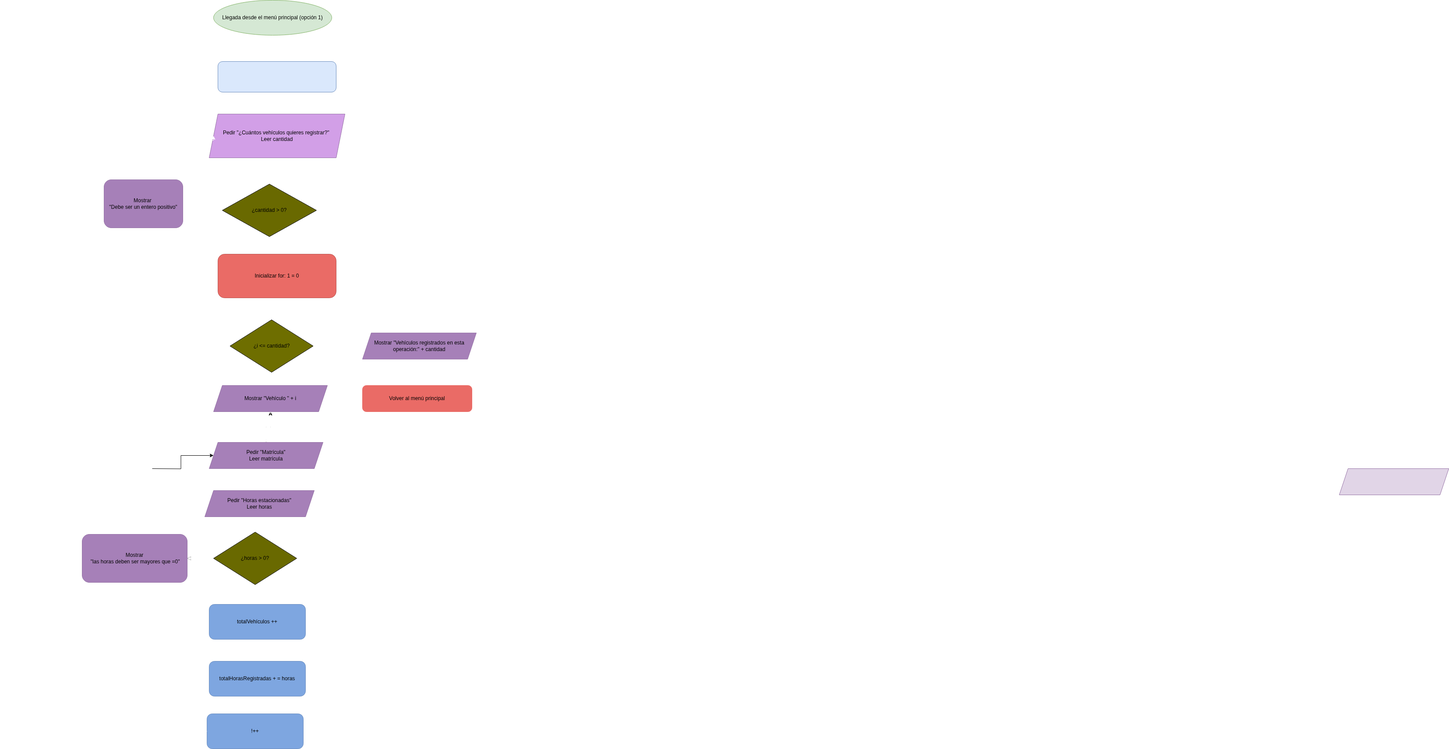
The draw.io diagram .idea/diagramas/diagrama-3.drawio.png in cristiangutierrezpalmes-prog/parking-dam, before a commit. Source tidied: cells renumbered, new cells last; positions are measured from the earlier drawing's top-left corner, leaving out a move shared by most shapes.
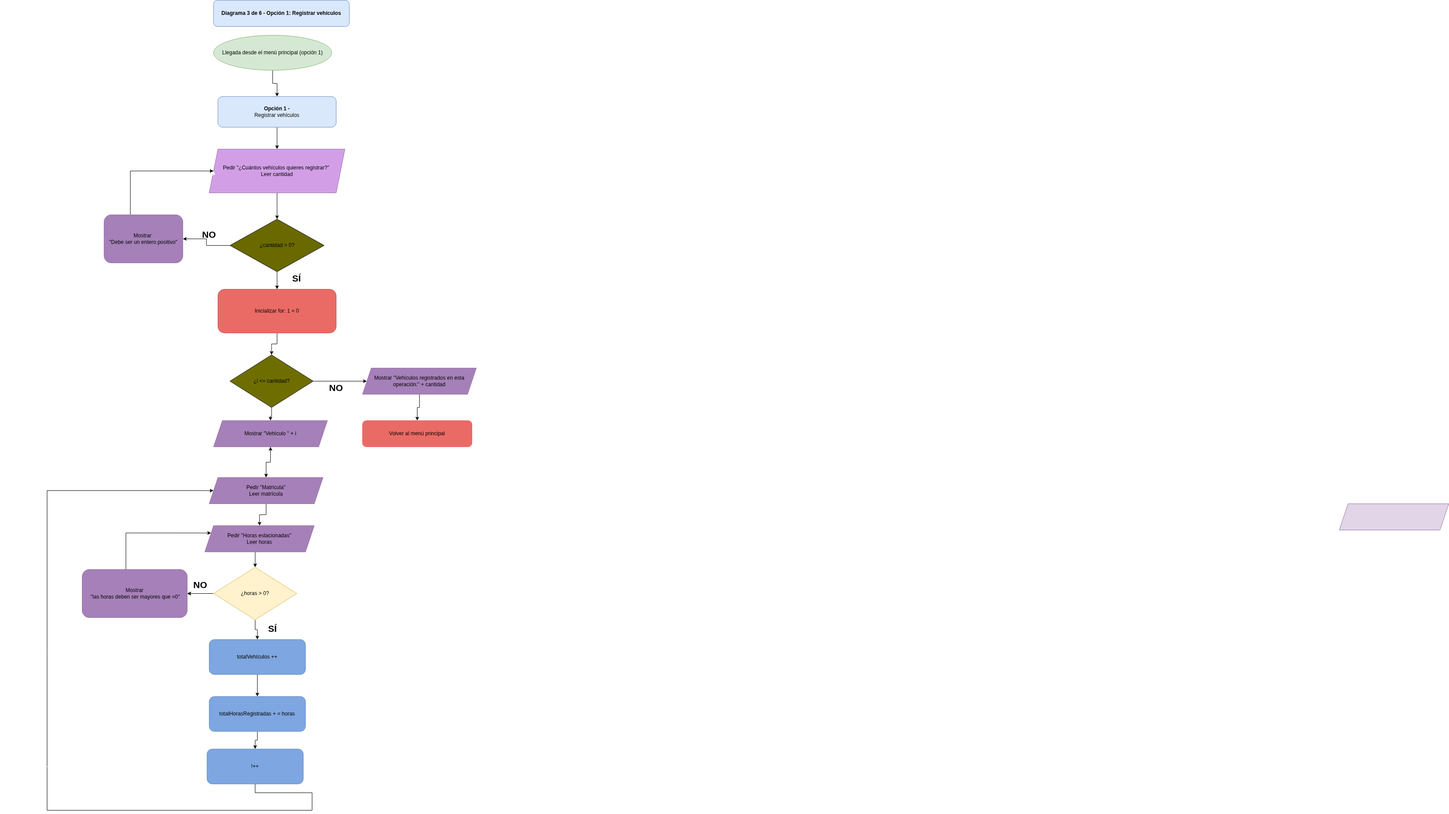
The same diagram one commit later.

Commit message:
He realizado el cuarto diagrama

Change to the diagram source:
```diff
@@ -5,29 +5,41 @@
     <mxCell id="2" style="edgeStyle=orthogonalEdgeStyle;rounded=0;jettySize=auto;html=1;entryX=0.5;entryY=0;entryDx=0;entryDy=0;strokeColor=#FFFFFF;" parent="1" edge="1" source="3" target="5">
       <mxGeometry relative="1" as="geometry" />
     </mxCell>
+    <mxCell id="49" style="edgeStyle=orthogonalEdgeStyle;rounded=0;jettySize=auto;html=1;" parent="1" edge="1" source="3" target="5">
+      <mxGeometry relative="1" as="geometry" />
+    </mxCell>
     <mxCell id="3" value="Llegada desde el menú principal (opción 1)" style="ellipse;whiteSpace=wrap;html=1;fillColor=#d5e8d4;strokeColor=#82b366;" parent="1" vertex="1">
       <mxGeometry x="480" width="270" height="80" as="geometry" />
     </mxCell>
     <mxCell id="4" style="edgeStyle=orthogonalEdgeStyle;rounded=0;jettySize=auto;html=1;exitX=0.5;exitY=1;exitDx=0;exitDy=0;strokeColor=#FFFFFF;" parent="1" edge="1" source="5" target="7">
       <mxGeometry relative="1" as="geometry" />
     </mxCell>
+    <mxCell id="50" style="edgeStyle=orthogonalEdgeStyle;rounded=0;jettySize=auto;html=1;" parent="1" edge="1" source="5" target="7">
+      <mxGeometry relative="1" as="geometry" />
+    </mxCell>
-    <mxCell id="5" style="rounded=1;whiteSpace=wrap;html=1;fillColor=#dae8fc;strokeColor=#6c8ebf;" parent="1" vertex="1">
+    <mxCell id="5" value="&lt;b&gt;Opción 1 -&lt;br&gt;&lt;/b&gt;Registrar vehículos" style="rounded=1;whiteSpace=wrap;html=1;fillColor=#dae8fc;strokeColor=#6c8ebf;" parent="1" vertex="1">
       <mxGeometry x="490" y="140" width="270" height="70" as="geometry" />
     </mxCell>
     <mxCell id="6" style="edgeStyle=orthogonalEdgeStyle;rounded=0;jettySize=auto;html=1;entryX=0.5;entryY=0;entryDx=0;entryDy=0;strokeColor=#FFFFFF;" parent="1" edge="1" source="7" target="10">
       <mxGeometry relative="1" as="geometry" />
     </mxCell>
+    <mxCell id="51" style="edgeStyle=orthogonalEdgeStyle;rounded=0;jettySize=auto;html=1;exitX=0.5;exitY=1;exitDx=0;exitDy=0;entryX=0.5;entryY=0;entryDx=0;entryDy=0;" parent="1" edge="1" source="7" target="10">
+      <mxGeometry relative="1" as="geometry" />
+    </mxCell>
     <mxCell id="7" value="Pedir &quot;¿Cuántos vehículos quieres registrar?&quot;&amp;nbsp;&lt;br&gt;Leer cantidad" style="shape=parallelogram;perimeter=parallelogramPerimeter;whiteSpace=wrap;html=1;fixedSize=1;fillColor=#D29FE7;strokeColor=#9673a6;" parent="1" vertex="1">
       <mxGeometry x="470" y="260" width="310" height="100" as="geometry" />
     </mxCell>
-    <mxCell id="8" style="edgeStyle=orthogonalEdgeStyle;rounded=0;jettySize=auto;html=1;strokeColor=#FFFFFF;" parent="1" edge="1" source="10" target="12">
+    <mxCell id="8" style="edgeStyle=orthogonalEdgeStyle;rounded=0;jettySize=auto;html=1;strokeColor=#000000;" parent="1" edge="1" source="10" target="12">
       <mxGeometry relative="1" as="geometry" />
     </mxCell>
     <mxCell id="9" style="edgeStyle=orthogonalEdgeStyle;rounded=0;jettySize=auto;html=1;exitX=0.5;exitY=1;exitDx=0;exitDy=0;strokeColor=#FFFFFF;" parent="1" edge="1" source="10" target="14">
       <mxGeometry relative="1" as="geometry" />
     </mxCell>
+    <mxCell id="52" style="edgeStyle=orthogonalEdgeStyle;rounded=0;jettySize=auto;html=1;" parent="1" edge="1" source="10" target="14">
+      <mxGeometry relative="1" as="geometry" />
+    </mxCell>
     <mxCell id="10" value="¿cantidad &amp;gt; 0?" style="rhombus;whiteSpace=wrap;html=1;fillColor=#696900;" parent="1" vertex="1">
-      <mxGeometry x="500" y="420" width="215" height="120" as="geometry" />
+      <mxGeometry x="517.5" y="420" width="215" height="120" as="geometry" />
     </mxCell>
     <mxCell id="11" style="edgeStyle=orthogonalEdgeStyle;rounded=0;jettySize=auto;html=1;exitX=0.75;exitY=0;exitDx=0;exitDy=0;entryX=0;entryY=0.5;entryDx=0;entryDy=0;strokeColor=#FFFFFF;" parent="1" edge="1" source="12" target="7">
       <mxGeometry relative="1" as="geometry">
@@ -37,12 +49,22 @@
         </Array>
       </mxGeometry>
     </mxCell>
+    <mxCell id="53" style="edgeStyle=orthogonalEdgeStyle;rounded=0;jettySize=auto;html=1;entryX=0;entryY=0.5;entryDx=0;entryDy=0;" parent="1" edge="1" source="12" target="7">
+      <mxGeometry relative="1" as="geometry">
+        <Array as="points">
+          <mxPoint x="290" y="310" />
+        </Array>
+      </mxGeometry>
+    </mxCell>
     <mxCell id="12" value="Mostrar&amp;nbsp;&lt;br&gt;&quot;Debe ser un entero positivo&quot;" style="rounded=1;whiteSpace=wrap;html=1;fillColor=#A680B8;strokeColor=#9673a6;" parent="1" vertex="1">
       <mxGeometry x="230" y="410" width="180" height="110" as="geometry" />
     </mxCell>
     <mxCell id="13" style="edgeStyle=orthogonalEdgeStyle;rounded=0;jettySize=auto;html=1;strokeColor=#FFFFFF;" parent="1" edge="1" source="14" target="17">
       <mxGeometry relative="1" as="geometry" />
     </mxCell>
+    <mxCell id="54" style="edgeStyle=orthogonalEdgeStyle;rounded=0;jettySize=auto;html=1;exitX=0.5;exitY=1;exitDx=0;exitDy=0;" parent="1" edge="1" source="14" target="17">
+      <mxGeometry relative="1" as="geometry" />
+    </mxCell>
     <mxCell id="14" value="Inicializar for: 1 = 0" style="rounded=1;whiteSpace=wrap;html=1;fillColor=#EA6B66;strokeColor=#b85450;" parent="1" vertex="1">
       <mxGeometry x="490" y="580" width="270" height="100" as="geometry" />
     </mxCell>
@@ -54,6 +76,12 @@
         <mxPoint x="820" y="790" as="targetPoint" />
       </mxGeometry>
     </mxCell>
+    <mxCell id="55" style="edgeStyle=orthogonalEdgeStyle;rounded=0;jettySize=auto;html=1;exitX=0.5;exitY=1;exitDx=0;exitDy=0;" parent="1" edge="1" source="17" target="21">
+      <mxGeometry relative="1" as="geometry" />
+    </mxCell>
+    <mxCell id="56" style="edgeStyle=orthogonalEdgeStyle;rounded=0;jettySize=auto;html=1;exitX=1;exitY=0.5;exitDx=0;exitDy=0;" parent="1" edge="1" source="17" target="41">
+      <mxGeometry relative="1" as="geometry" />
+    </mxCell>
     <mxCell id="17" value="¿i &amp;lt;= cantidad?" style="rhombus;whiteSpace=wrap;html=1;fillColor=#6E6E00;" parent="1" vertex="1">
       <mxGeometry x="517.5" y="730" width="190" height="120" as="geometry" />
     </mxCell>
@@ -66,23 +94,27 @@
     <mxCell id="20" style="edgeStyle=orthogonalEdgeStyle;rounded=0;jettySize=auto;html=1;strokeColor=#FFFFFF;" parent="1" edge="1" source="21" target="24">
       <mxGeometry relative="1" as="geometry" />
     </mxCell>
+    <mxCell id="57" style="edgeStyle=orthogonalEdgeStyle;rounded=0;jettySize=auto;html=1;" parent="1" edge="1" source="21" target="24">
+      <mxGeometry relative="1" as="geometry" />
+    </mxCell>
     <mxCell id="21" value="Mostrar &quot;Vehículo &quot; + i" style="shape=parallelogram;perimeter=parallelogramPerimeter;whiteSpace=wrap;html=1;fixedSize=1;fillColor=#A680B8;strokeColor=#9673a6;" parent="1" vertex="1">
       <mxGeometry x="480" y="880" width="260" height="60" as="geometry" />
     </mxCell>
-    <mxCell id="22" style="edgeStyle=orthogonalEdgeStyle;rounded=0;jettySize=auto;html=1;" parent="1" edge="1" target="24">
-      <mxGeometry relative="1" as="geometry">
-        <mxPoint x="340" y="1070" as="sourcePoint" />
-      </mxGeometry>
-    </mxCell>
     <mxCell id="23" style="edgeStyle=orthogonalEdgeStyle;rounded=0;jettySize=auto;html=1;strokeColor=#FFFFFF;" parent="1" edge="1" source="24" target="26">
       <mxGeometry relative="1" as="geometry" />
     </mxCell>
+    <mxCell id="58" style="edgeStyle=orthogonalEdgeStyle;rounded=0;jettySize=auto;html=1;exitX=0.5;exitY=1;exitDx=0;exitDy=0;" parent="1" edge="1" source="24" target="26">
+      <mxGeometry relative="1" as="geometry" />
+    </mxCell>
     <mxCell id="24" value="Pedir &quot;Matrícula&quot;&lt;br&gt;Leer matrícula" style="shape=parallelogram;perimeter=parallelogramPerimeter;whiteSpace=wrap;html=1;fixedSize=1;fillColor=#A680B8;strokeColor=#9673a6;" parent="1" vertex="1">
       <mxGeometry x="470" y="1010" width="260" height="60" as="geometry" />
     </mxCell>
     <mxCell id="25" style="edgeStyle=orthogonalEdgeStyle;rounded=0;jettySize=auto;html=1;exitX=0.5;exitY=1;exitDx=0;exitDy=0;entryX=0.5;entryY=0;entryDx=0;entryDy=0;strokeColor=#FFFFFF;" parent="1" edge="1" source="26" target="34">
       <mxGeometry relative="1" as="geometry" />
     </mxCell>
+    <mxCell id="59" style="edgeStyle=orthogonalEdgeStyle;rounded=0;jettySize=auto;html=1;exitX=0.5;exitY=1;exitDx=0;exitDy=0;entryX=0.5;entryY=0;entryDx=0;entryDy=0;" parent="1" edge="1" source="26" target="34">
+      <mxGeometry relative="1" as="geometry" />
+    </mxCell>
     <mxCell id="26" value="Pedir &quot;Horas estacionadas&quot;&lt;br&gt;Leer horas" style="shape=parallelogram;perimeter=parallelogramPerimeter;whiteSpace=wrap;html=1;fixedSize=1;fillColor=#A680B8;strokeColor=#9673a6;" parent="1" vertex="1">
       <mxGeometry x="460" y="1120" width="250" height="60" as="geometry" />
     </mxCell>
@@ -93,6 +125,13 @@
         </Array>
       </mxGeometry>
     </mxCell>
+    <mxCell id="60" style="edgeStyle=orthogonalEdgeStyle;rounded=0;jettySize=auto;html=1;entryX=0;entryY=0.25;entryDx=0;entryDy=0;" parent="1" edge="1" source="28" target="26">
+      <mxGeometry relative="1" as="geometry">
+        <Array as="points">
+          <mxPoint x="280" y="1137" />
+        </Array>
+      </mxGeometry>
+    </mxCell>
     <mxCell id="28" value="Mostrar&lt;br&gt;&amp;nbsp;&quot;las horas deben ser mayores que =0&quot;" style="rounded=1;whiteSpace=wrap;html=1;fillColor=#A680B8;strokeColor=#9673a6;" parent="1" vertex="1">
       <mxGeometry x="180" y="1220" width="240" height="110" as="geometry" />
     </mxCell>
@@ -111,21 +150,44 @@
     <mxCell id="33" style="edgeStyle=orthogonalEdgeStyle;rounded=0;jettySize=auto;html=1;exitX=0.5;exitY=1;exitDx=0;exitDy=0;strokeColor=#FFFFFF;" parent="1" edge="1" source="34" target="36">
       <mxGeometry relative="1" as="geometry" />
     </mxCell>
+    <mxCell id="61" style="edgeStyle=orthogonalEdgeStyle;rounded=0;jettySize=auto;html=1;exitX=0.5;exitY=1;exitDx=0;exitDy=0;" parent="1" edge="1" source="34" target="36">
+      <mxGeometry relative="1" as="geometry" />
+    </mxCell>
+    <mxCell id="62" style="edgeStyle=orthogonalEdgeStyle;rounded=0;jettySize=auto;html=1;" parent="1" edge="1" source="34" target="28">
+      <mxGeometry relative="1" as="geometry" />
+    </mxCell>
-    <mxCell id="34" value="¿horas &amp;gt; 0?" style="rhombus;whiteSpace=wrap;html=1;fillColor=#696900;" parent="1" vertex="1">
+    <mxCell id="34" value="¿horas &amp;gt; 0?" style="rhombus;whiteSpace=wrap;html=1;fillColor=#fff2cc;strokeColor=#d6b656;" parent="1" vertex="1">
       <mxGeometry x="480" y="1215" width="190" height="120" as="geometry" />
     </mxCell>
     <mxCell id="35" style="edgeStyle=orthogonalEdgeStyle;rounded=0;jettySize=auto;html=1;strokeColor=#FFFFFF;" parent="1" edge="1" source="36" target="38">
       <mxGeometry relative="1" as="geometry" />
     </mxCell>
+    <mxCell id="63" style="edgeStyle=orthogonalEdgeStyle;rounded=0;jettySize=auto;html=1;exitX=0.5;exitY=1;exitDx=0;exitDy=0;entryX=0.5;entryY=0;entryDx=0;entryDy=0;" parent="1" edge="1" source="36" target="38">
+      <mxGeometry relative="1" as="geometry" />
+    </mxCell>
     <mxCell id="36" value="totalVehículos ++" style="rounded=1;whiteSpace=wrap;html=1;fillColor=#7EA6E0;strokeColor=#6c8ebf;" parent="1" vertex="1">
       <mxGeometry x="470" y="1380" width="220" height="80" as="geometry" />
     </mxCell>
     <mxCell id="37" style="edgeStyle=orthogonalEdgeStyle;rounded=0;jettySize=auto;html=1;exitX=0.5;exitY=1;exitDx=0;exitDy=0;strokeColor=#FFFFFF;" parent="1" edge="1" source="38" target="39">
       <mxGeometry relative="1" as="geometry" />
     </mxCell>
+    <mxCell id="64" style="edgeStyle=orthogonalEdgeStyle;rounded=0;jettySize=auto;html=1;exitX=0.5;exitY=1;exitDx=0;exitDy=0;" parent="1" edge="1" source="38" target="39">
+      <mxGeometry relative="1" as="geometry" />
+    </mxCell>
     <mxCell id="38" value="totalHorasRegistradas + = horas" style="rounded=1;whiteSpace=wrap;html=1;fillColor=#7EA6E0;strokeColor=#6c8ebf;" parent="1" vertex="1">
       <mxGeometry x="470" y="1510" width="220" height="80" as="geometry" />
     </mxCell>
+    <mxCell id="65" style="edgeStyle=orthogonalEdgeStyle;rounded=0;jettySize=auto;html=1;exitX=0.5;exitY=1;exitDx=0;exitDy=0;entryX=0;entryY=0.5;entryDx=0;entryDy=0;" parent="1" edge="1" source="39" target="24">
+      <mxGeometry relative="1" as="geometry">
+        <Array as="points">
+          <mxPoint x="575" y="1730" />
+          <mxPoint x="705" y="1730" />
+          <mxPoint x="705" y="1770" />
+          <mxPoint x="100" y="1770" />
+          <mxPoint x="100" y="1040" />
+        </Array>
+      </mxGeometry>
+    </mxCell>
     <mxCell id="39" value="!++" style="rounded=1;whiteSpace=wrap;html=1;fillColor=#7EA6E0;strokeColor=#6c8ebf;" parent="1" vertex="1">
       <mxGeometry x="465" y="1630" width="220" height="80" as="geometry" />
     </mxCell>
@@ -137,29 +199,35 @@
         </Array>
       </mxGeometry>
     </mxCell>
+    <mxCell id="66" style="edgeStyle=orthogonalEdgeStyle;rounded=0;jettySize=auto;html=1;exitX=0.5;exitY=1;exitDx=0;exitDy=0;entryX=0.5;entryY=0;entryDx=0;entryDy=0;" parent="1" edge="1" source="41" target="42">
+      <mxGeometry relative="1" as="geometry" />
+    </mxCell>
     <mxCell id="41" value="Mostrar &quot;Vehículos registrados en esta operación:&quot; + cantidad" style="shape=parallelogram;perimeter=parallelogramPerimeter;whiteSpace=wrap;html=1;fixedSize=1;fillColor=#A680B8;strokeColor=#9673a6;" parent="1" vertex="1">
       <mxGeometry x="820" y="760" width="260" height="60" as="geometry" />
     </mxCell>
     <mxCell id="42" value="Volver al menú principal" style="rounded=1;whiteSpace=wrap;html=1;strokeColor=#EA6B66;fillColor=#EA6B66;" parent="1" vertex="1">
       <mxGeometry x="820" y="880" width="250" height="60" as="geometry" />
     </mxCell>
-    <mxCell id="43" value="&lt;font size=&quot;1&quot; color=&quot;#ffffff&quot;&gt;&lt;b style=&quot;font-size: 21px;&quot;&gt;NO&lt;/b&gt;&lt;/font&gt;" style="text;html=1;strokeColor=none;fillColor=none;align=center;verticalAlign=middle;whiteSpace=wrap;rounded=0;" parent="1" vertex="1">
+    <mxCell id="43" value="&lt;font size=&quot;1&quot;&gt;&lt;b style=&quot;font-size: 21px;&quot;&gt;NO&lt;/b&gt;&lt;/font&gt;" style="text;html=1;strokeColor=none;fillColor=none;align=center;verticalAlign=middle;whiteSpace=wrap;rounded=0;" parent="1" vertex="1">
       <mxGeometry x="440" y="440" width="60" height="30" as="geometry" />
     </mxCell>
-    <mxCell id="44" value="&lt;font size=&quot;1&quot; color=&quot;#ffffff&quot;&gt;&lt;b style=&quot;font-size: 21px;&quot;&gt;SÍ&lt;/b&gt;&lt;/font&gt;" style="text;html=1;strokeColor=none;fillColor=none;align=center;verticalAlign=middle;whiteSpace=wrap;rounded=0;" parent="1" vertex="1">
+    <mxCell id="44" value="&lt;font size=&quot;1&quot;&gt;&lt;b style=&quot;font-size: 21px;&quot;&gt;SÍ&lt;/b&gt;&lt;/font&gt;" style="text;html=1;strokeColor=none;fillColor=none;align=center;verticalAlign=middle;whiteSpace=wrap;rounded=0;" parent="1" vertex="1">
       <mxGeometry x="640" y="540" width="60" height="30" as="geometry" />
     </mxCell>
     <mxCell id="45" value="&lt;font size=&quot;1&quot; color=&quot;#ffffff&quot;&gt;&lt;b style=&quot;font-size: 21px;&quot;&gt;SÍ&lt;/b&gt;&lt;/font&gt;" style="text;html=1;strokeColor=none;fillColor=none;align=center;verticalAlign=middle;whiteSpace=wrap;rounded=0;" parent="1" vertex="1">
       <mxGeometry x="640" y="710" width="60" height="30" as="geometry" />
     </mxCell>
-    <mxCell id="46" value="&lt;font size=&quot;1&quot; color=&quot;#ffffff&quot;&gt;&lt;b style=&quot;font-size: 21px;&quot;&gt;NO&lt;/b&gt;&lt;/font&gt;" style="text;html=1;strokeColor=none;fillColor=none;align=center;verticalAlign=middle;whiteSpace=wrap;rounded=0;" parent="1" vertex="1">
+    <mxCell id="46" value="&lt;font size=&quot;1&quot;&gt;&lt;b style=&quot;font-size: 21px;&quot;&gt;NO&lt;/b&gt;&lt;/font&gt;" style="text;html=1;strokeColor=none;fillColor=none;align=center;verticalAlign=middle;whiteSpace=wrap;rounded=0;" parent="1" vertex="1">
       <mxGeometry x="420" y="1240" width="60" height="30" as="geometry" />
     </mxCell>
-    <mxCell id="47" value="&lt;font size=&quot;1&quot; color=&quot;#ffffff&quot;&gt;&lt;b style=&quot;font-size: 21px;&quot;&gt;SÍ&lt;/b&gt;&lt;/font&gt;" style="text;html=1;strokeColor=none;fillColor=none;align=center;verticalAlign=middle;whiteSpace=wrap;rounded=0;" parent="1" vertex="1">
+    <mxCell id="47" value="&lt;font size=&quot;1&quot;&gt;&lt;b style=&quot;font-size: 21px;&quot;&gt;SÍ&lt;/b&gt;&lt;/font&gt;" style="text;html=1;strokeColor=none;fillColor=none;align=center;verticalAlign=middle;whiteSpace=wrap;rounded=0;" parent="1" vertex="1">
       <mxGeometry x="585" y="1340" width="60" height="30" as="geometry" />
     </mxCell>
-    <mxCell id="48" value="&lt;font size=&quot;1&quot; color=&quot;#ffffff&quot;&gt;&lt;b style=&quot;font-size: 21px;&quot;&gt;NO&lt;/b&gt;&lt;/font&gt;" style="text;html=1;strokeColor=none;fillColor=none;align=center;verticalAlign=middle;whiteSpace=wrap;rounded=0;" parent="1" vertex="1">
+    <mxCell id="48" value="&lt;font size=&quot;1&quot;&gt;&lt;b style=&quot;font-size: 21px;&quot;&gt;NO&lt;/b&gt;&lt;/font&gt;" style="text;html=1;strokeColor=none;fillColor=none;align=center;verticalAlign=middle;whiteSpace=wrap;rounded=0;" parent="1" vertex="1">
       <mxGeometry x="730" y="790" width="60" height="30" as="geometry" />
     </mxCell>
+    <mxCell id="67" value="&lt;b&gt;Diagrama 3 de 6 - Opción 1: Registrar vehículos&lt;/b&gt;" style="rounded=1;whiteSpace=wrap;html=1;fillColor=#dae8fc;strokeColor=#6c8ebf;" parent="1" vertex="1">
+      <mxGeometry x="480" y="-80" width="310" height="60" as="geometry" />
+    </mxCell>
   </root>
 </mxGraphModel>
```
